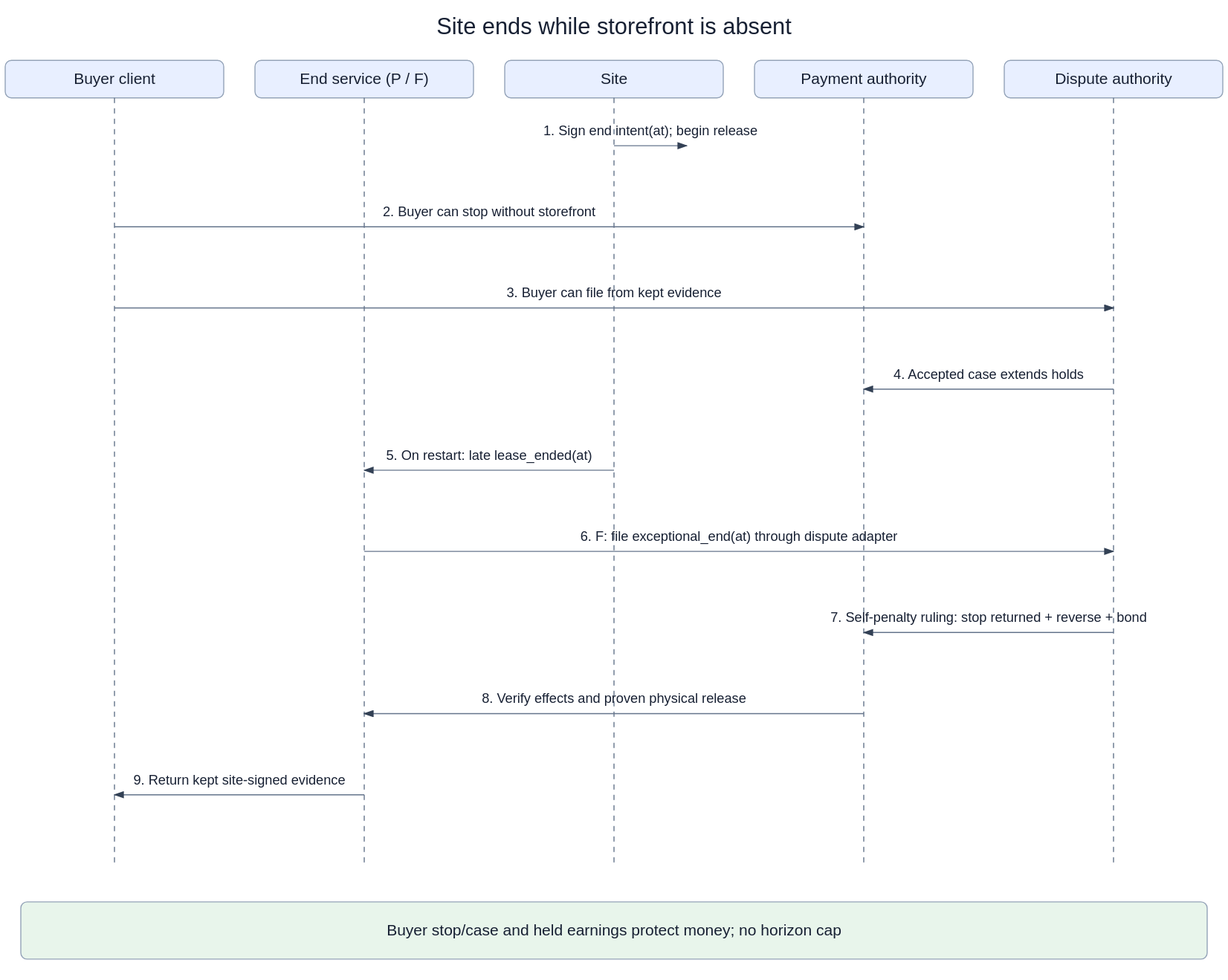
This is openspec/changes/converge-ongoing-compute-leases/diagrams/02-site-withdraws-storefront-dead.svg from arkhai-io/simple-compute-market, a draw.io export, as it was before one commit. Source tidied: cells renumbered, new cells last; positions are measured from the earlier drawing's top-left corner, leaving out a move shared by most shapes.
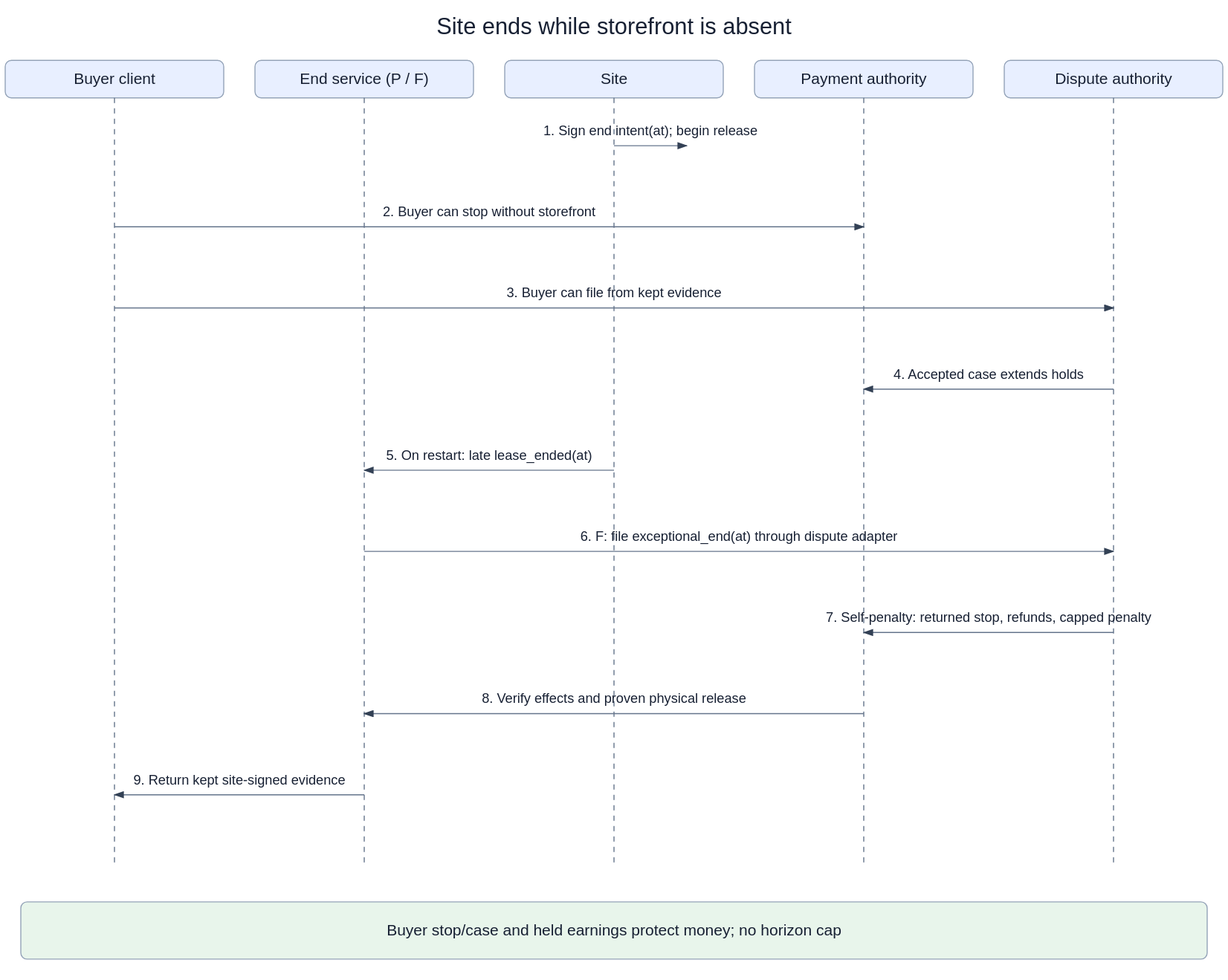
After the commit.

What changed in the source:
```diff
@@ -86,7 +86,7 @@
         <mxPoint x="1065" y="520" as="targetPoint" />
       </mxGeometry>
     </mxCell>
-    <mxCell id="19" value="7. Self-penalty ruling: stop returned + reverse + bond" style="endArrow=block;fontSize=13;labelBackgroundColor=#ffffff;" parent="1" edge="1">
+    <mxCell id="19" value="7. Self-penalty: returned stop, refunds, capped penalty" style="endArrow=block;fontSize=13;labelBackgroundColor=#ffffff;" parent="1" edge="1">
       <mxGeometry relative="1" as="geometry">
         <mxPoint x="1065" y="598" as="sourcePoint" />
         <mxPoint x="825" y="598" as="targetPoint" />
```
